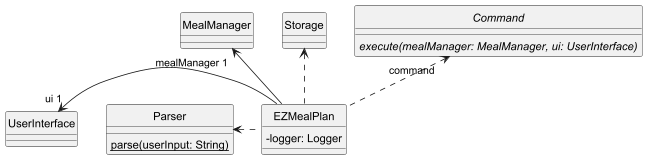
Earlier version of the PlantUML export docs/diagrams/EZMealPlanClass.png (wentuoc/tp). Its diagram source:
```plantuml
@startuml

 class EZMealPlan {
     -logger: Logger
 }

 class UserInterface {
 }

 class MealManager {
 }

 class Storage {
 }

 class Parser {
 {static} parse(userInput: String)
 }

 abstract class Command {
 {abstract}execute(mealManager: MealManager, ui: UserInterface)
 }

 UserInterface "ui 1" <- EZMealPlan
 MealManager "mealManager 1" <-- EZMealPlan
 Storage <.. EZMealPlan
 Parser <. EZMealPlan
 Command "command" <.. EZMealPlan


 hide circle
 show abstract fields
 skinparam classAttributeIconSize 0
 @enduml
```
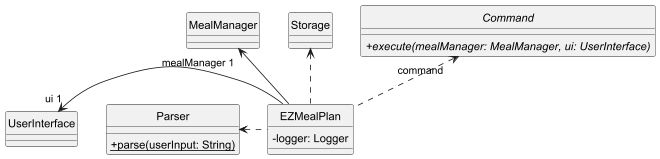
The same file after the commit.

What changed in the source:
```diff
@@ -14,11 +14,11 @@
  }
 
  class Parser {
- {static} parse(userInput: String)
+ +{static} parse(userInput: String)
  }
 
  abstract class Command {
- {abstract}execute(mealManager: MealManager, ui: UserInterface)
+ +{abstract}execute(mealManager: MealManager, ui: UserInterface)
  }
 
  UserInterface "ui 1" <- EZMealPlan
```
